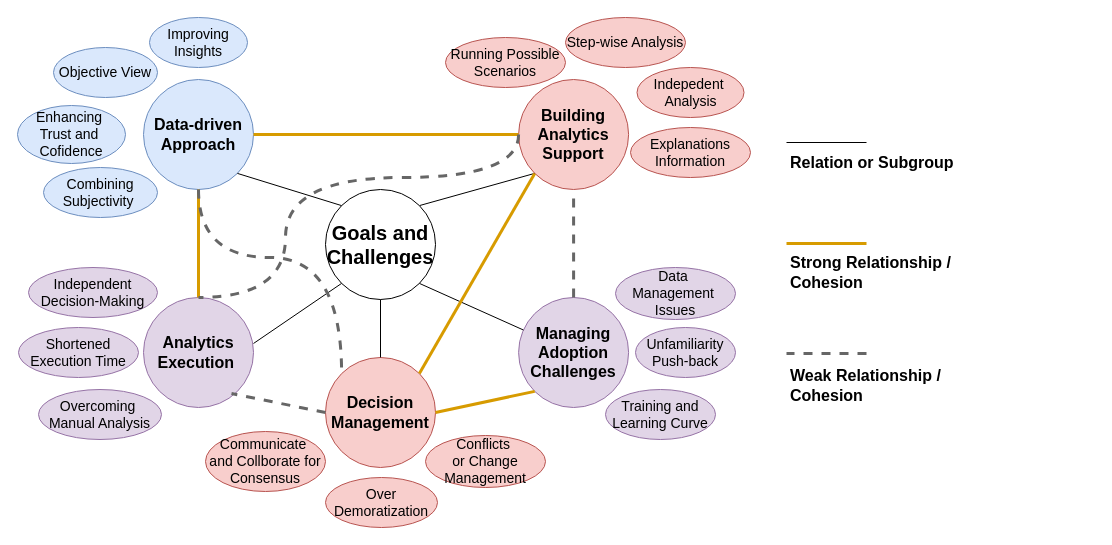
This is ext/biz-findings-coherence.drawio from raeeschaudhary/Coursera_Exams, a draw.io file, before an edit. Source tidied: cells renumbered, new cells numbered last; positions are measured from the earlier drawing's top-left corner, leaving out a move shared by most shapes. Both pictures are drawn from the tidied source at 100%, with x=0, y=0 at pixel (17, 17).
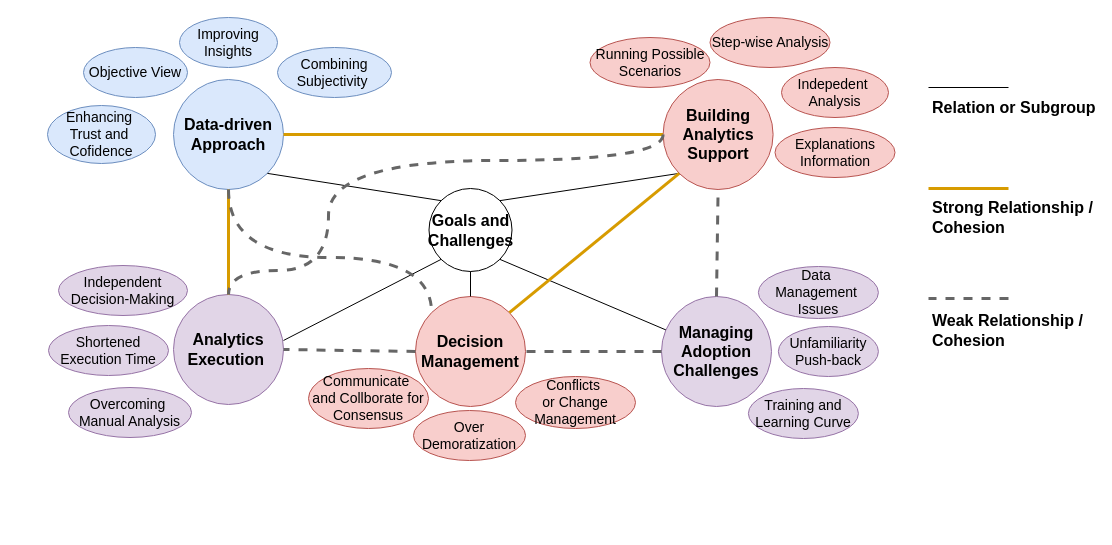
The same diagram, later.

Diff of the diagram source:
```diff
@@
     <mxCell id="2" value="Data-driven Approach" style="ellipse;whiteSpace=wrap;html=1;fontFamily=corbel;fontSize=16;fontStyle=1;fillColor=#dae8fc;strokeColor=#6c8ebf;" parent="1" vertex="1">
-      <mxGeometry x="126" y="62" width="110" height="110" as="geometry" />
+      <mxGeometry x="156" y="62" width="110" height="110" as="geometry" />
     </mxCell>
     <mxCell id="3" value="Building Analytics Support" style="ellipse;whiteSpace=wrap;html=1;fontFamily=corbel;fontSize=16;fontStyle=1;fillColor=#f8cecc;strokeColor=#b85450;" parent="1" vertex="1">
-      <mxGeometry x="501.1" y="62" width="110" height="110" as="geometry" />
+      <mxGeometry x="645.6" y="62" width="110" height="110" as="geometry" />
     </mxCell>
     <mxCell id="4" value="Managing Adoption&lt;div&gt;Challenges&lt;/div&gt;" style="ellipse;whiteSpace=wrap;html=1;fontFamily=corbel;fontSize=16;fontStyle=1;fillColor=#e1d5e7;strokeColor=#9673a6;" parent="1" vertex="1">
-      <mxGeometry x="501.1" y="280" width="110" height="110" as="geometry" />
+      <mxGeometry x="644" y="279" width="110" height="110" as="geometry" />
     </mxCell>
     <mxCell id="5" value="Analytics Execution&amp;nbsp;" style="ellipse;whiteSpace=wrap;html=1;fontFamily=corbel;fontSize=16;fontStyle=1;fillColor=#e1d5e7;strokeColor=#9673a6;" parent="1" vertex="1">
-      <mxGeometry x="126" y="280" width="110" height="110" as="geometry" />
+      <mxGeometry x="156" y="277" width="110" height="110" as="geometry" />
     </mxCell>
     <mxCell id="6" value="Decision Management" style="ellipse;whiteSpace=wrap;html=1;fontFamily=corbel;fontSize=16;fontStyle=1;fillColor=#f8cecc;strokeColor=#b85450;" parent="1" vertex="1">
-      <mxGeometry x="308" y="340" width="110" height="110" as="geometry" />
+      <mxGeometry x="398" y="279" width="110" height="110" as="geometry" />
     </mxCell>
@@
-    <mxCell id="8" value="Goals and Challenges" style="ellipse;whiteSpace=wrap;html=1;fontFamily=corbel;fontSize=20;fontStyle=1;" parent="1" vertex="1">
-      <mxGeometry x="308" y="172" width="110" height="110" as="geometry" />
+    <mxCell id="8" value="Goals and Challenges" style="ellipse;whiteSpace=wrap;html=1;fontFamily=corbel;fontSize=16;fontStyle=1;" parent="1" vertex="1">
+      <mxGeometry x="411.5" y="171" width="83" height="83" as="geometry" />
     </mxCell>
     <mxCell id="9" value="Combining Subjectivity&amp;nbsp;" style="ellipse;whiteSpace=wrap;html=1;fontFamily=corbel;fontSize=14;fillColor=#dae8fc;strokeColor=#6c8ebf;" parent="1" vertex="1">
-      <mxGeometry x="26" y="150" width="114" height="50" as="geometry" />
+      <mxGeometry x="260" y="30" width="114" height="50" as="geometry" />
     </mxCell>
     <mxCell id="10" value="Running Possible Scenarios" style="ellipse;whiteSpace=wrap;html=1;fontFamily=corbel;fontSize=14;fillColor=#f8cecc;strokeColor=#b85450;" parent="1" vertex="1">
-      <mxGeometry x="428" y="20" width="120" height="50" as="geometry" />
+      <mxGeometry x="572.5" y="20" width="120" height="50" as="geometry" />
     </mxCell>
     <mxCell id="11" value="Step-wise Analysis" style="ellipse;whiteSpace=wrap;html=1;fontFamily=corbel;fontSize=14;fillColor=#f8cecc;strokeColor=#b85450;" parent="1" vertex="1">
-      <mxGeometry x="548" width="120" height="50" as="geometry" />
+      <mxGeometry x="692.5" width="120" height="50" as="geometry" />
     </mxCell>
     <mxCell id="12" value="Indepedent&amp;nbsp;&lt;div&gt;Analysis&lt;/div&gt;" style="ellipse;whiteSpace=wrap;html=1;fontFamily=corbel;fontSize=14;fillColor=#f8cecc;strokeColor=#b85450;" parent="1" vertex="1">
-      <mxGeometry x="619.5" y="50" width="107" height="50" as="geometry" />
+      <mxGeometry x="764" y="50" width="107" height="50" as="geometry" />
     </mxCell>
     <mxCell id="13" value="Overcoming&amp;nbsp;&lt;div&gt;Manual Analysis&lt;/div&gt;" style="ellipse;whiteSpace=wrap;html=1;fontFamily=corbel;fontSize=14;fillColor=#e1d5e7;strokeColor=#9673a6;" parent="1" vertex="1">
-      <mxGeometry x="21" y="372" width="123" height="50" as="geometry" />
+      <mxGeometry x="51" y="370" width="123" height="50" as="geometry" />
     </mxCell>
@@
     <mxCell id="15" value="Objective View" style="ellipse;whiteSpace=wrap;html=1;fontFamily=corbel;fontSize=14;fillColor=#dae8fc;strokeColor=#6c8ebf;" parent="1" vertex="1">
-      <mxGeometry x="36" y="30" width="104" height="50" as="geometry" />
+      <mxGeometry x="66" y="30" width="104" height="50" as="geometry" />
     </mxCell>
     <mxCell id="16" value="Improving Insights" style="ellipse;whiteSpace=wrap;html=1;fontFamily=corbel;fontSize=14;fillColor=#dae8fc;strokeColor=#6c8ebf;" parent="1" vertex="1">
-      <mxGeometry x="132" width="98" height="50" as="geometry" />
+      <mxGeometry x="162" width="98" height="50" as="geometry" />
     </mxCell>
     <mxCell id="17" value="Enhancing&amp;nbsp;&lt;div&gt;Trust and&amp;nbsp;&lt;/div&gt;&lt;div&gt;Cofidence&lt;/div&gt;" style="ellipse;whiteSpace=wrap;html=1;fontFamily=corbel;fontSize=14;fillColor=#dae8fc;strokeColor=#6c8ebf;" parent="1" vertex="1">
-      <mxGeometry y="88" width="108" height="58" as="geometry" />
+      <mxGeometry x="30" y="88" width="108" height="58" as="geometry" />
     </mxCell>
@@
     <mxCell id="19" value="Independent Decision-Making" style="ellipse;whiteSpace=wrap;html=1;fontFamily=corbel;fontSize=14;fillColor=#e1d5e7;strokeColor=#9673a6;" parent="1" vertex="1">
-      <mxGeometry x="11" y="250" width="129" height="50" as="geometry" />
+      <mxGeometry x="41" y="248" width="129" height="50" as="geometry" />
     </mxCell>
     <mxCell id="20" value="Shortened Execution Time" style="ellipse;whiteSpace=wrap;html=1;fontFamily=corbel;fontSize=14;fillColor=#e1d5e7;strokeColor=#9673a6;" parent="1" vertex="1">
-      <mxGeometry x="1" y="310" width="120" height="50" as="geometry" />
+      <mxGeometry x="31" y="308" width="120" height="50" as="geometry" />
     </mxCell>
     <mxCell id="21" value="&lt;div&gt;Explanations&lt;/div&gt;&lt;div&gt;Information&lt;/div&gt;" style="ellipse;whiteSpace=wrap;html=1;fontFamily=corbel;fontSize=14;fillColor=#f8cecc;strokeColor=#b85450;" parent="1" vertex="1">
-      <mxGeometry x="613" y="110" width="120" height="50" as="geometry" />
+      <mxGeometry x="757.5" y="110" width="120" height="50" as="geometry" />
     </mxCell>
@@
     <mxCell id="23" value="Data&amp;nbsp;&lt;div&gt;Management&amp;nbsp;&lt;/div&gt;&lt;div&gt;Issues&lt;/div&gt;" style="ellipse;whiteSpace=wrap;html=1;fontFamily=corbel;fontSize=14;fillColor=#e1d5e7;strokeColor=#9673a6;" parent="1" vertex="1">
-      <mxGeometry x="598" y="250" width="120" height="52" as="geometry" />
+      <mxGeometry x="740.9" y="249" width="120" height="52" as="geometry" />
     </mxCell>
     <mxCell id="24" value="Communicate&amp;nbsp;&lt;div&gt;and Collborate for Consensus&lt;/div&gt;" style="ellipse;whiteSpace=wrap;html=1;fontFamily=corbel;fontSize=14;fillColor=#f8cecc;strokeColor=#b85450;" parent="1" vertex="1">
-      <mxGeometry x="188" y="414" width="120" height="60" as="geometry" />
+      <mxGeometry x="291" y="351" width="120" height="60" as="geometry" />
     </mxCell>
     <mxCell id="25" value="Conflicts&amp;nbsp;&lt;div&gt;or&amp;nbsp;&lt;span style=&quot;background-color: transparent; color: light-dark(rgb(0, 0, 0), rgb(255, 255, 255));&quot;&gt;Change Management&lt;/span&gt;&lt;/div&gt;" style="ellipse;whiteSpace=wrap;html=1;fontFamily=corbel;fontSize=14;fillColor=#f8cecc;strokeColor=#b85450;" parent="1" vertex="1">
-      <mxGeometry x="408" y="418" width="120" height="52" as="geometry" />
+      <mxGeometry x="498" y="359" width="120" height="52" as="geometry" />
     </mxCell>
     <mxCell id="26" value="Over&lt;div&gt;Demoratization&lt;/div&gt;" style="ellipse;whiteSpace=wrap;html=1;fontFamily=corbel;fontSize=14;fillColor=#f8cecc;strokeColor=#b85450;" parent="1" vertex="1">
-      <mxGeometry x="308" y="460" width="112" height="50" as="geometry" />
+      <mxGeometry x="396" y="393" width="112" height="50" as="geometry" />
     </mxCell>
     <mxCell id="27" value="Training and Learning Curve" style="ellipse;whiteSpace=wrap;html=1;fontFamily=corbel;fontSize=14;fillColor=#e1d5e7;strokeColor=#9673a6;" parent="1" vertex="1">
-      <mxGeometry x="588" y="372" width="110" height="50" as="geometry" />
+      <mxGeometry x="730.9" y="371" width="110" height="50" as="geometry" />
     </mxCell>
     <mxCell id="28" value="Unfamiliarity Push-back" style="ellipse;whiteSpace=wrap;html=1;fontFamily=corbel;fontSize=14;fillColor=#e1d5e7;strokeColor=#9673a6;" parent="1" vertex="1">
-      <mxGeometry x="618" y="310" width="100" height="50" as="geometry" />
+      <mxGeometry x="760.9" y="309" width="100" height="50" as="geometry" />
     </mxCell>
@@
     <mxCell id="30" style="rounded=0;orthogonalLoop=1;jettySize=auto;html=1;endArrow=none;endFill=0;fontFamily=corbel;fontSize=14;" parent="1" edge="1">
       <mxGeometry relative="1" as="geometry">
-        <mxPoint x="849" y="125" as="sourcePoint" />
-        <mxPoint x="769" y="125" as="targetPoint" />
+        <mxPoint x="991" y="70" as="sourcePoint" />
+        <mxPoint x="911" y="70" as="targetPoint" />
       </mxGeometry>
     </mxCell>
     <mxCell id="31" style="rounded=0;orthogonalLoop=1;jettySize=auto;html=1;endArrow=none;endFill=0;fontFamily=corbel;fontSize=14;strokeWidth=3;strokeColor=#d79b00;fillColor=#ffe6cc;" parent="1" edge="1">
       <mxGeometry relative="1" as="geometry">
-        <mxPoint x="769" y="226" as="sourcePoint" />
-        <mxPoint x="849" y="226" as="targetPoint" />
+        <mxPoint x="911" y="171" as="sourcePoint" />
+        <mxPoint x="991" y="171" as="targetPoint" />
         <Array as="points">
-          <mxPoint x="809" y="226" />
+          <mxPoint x="951" y="171" />
         </Array>
       </mxGeometry>
     </mxCell>
     <mxCell id="32" style="rounded=0;orthogonalLoop=1;jettySize=auto;html=1;endArrow=none;endFill=0;fontFamily=corbel;fontSize=14;strokeWidth=3;strokeColor=#666666;dashed=1;" parent="1" edge="1">
       <mxGeometry relative="1" as="geometry">
-        <mxPoint x="849" y="336" as="sourcePoint" />
-        <mxPoint x="769" y="336" as="targetPoint" />
+        <mxPoint x="991" y="281" as="sourcePoint" />
+        <mxPoint x="911" y="281" as="targetPoint" />
       </mxGeometry>
     </mxCell>
@@
-    <mxCell id="35" style="rounded=0;jettySize=auto;html=1;endArrow=none;endFill=0;fontFamily=corbel;fontSize=14;strokeWidth=3;strokeColor=#666666;dashed=1;entryX=0.8;entryY=0.873;entryDx=0;entryDy=0;entryPerimeter=0;exitX=0;exitY=0.5;exitDx=0;exitDy=0;" parent="1" edge="1" source="6" target="5">
+    <mxCell id="35" style="rounded=0;jettySize=auto;html=1;endArrow=none;endFill=0;fontFamily=corbel;fontSize=14;strokeWidth=3;strokeColor=#666666;dashed=1;entryX=1;entryY=0.5;entryDx=0;entryDy=0;exitX=0;exitY=0.5;exitDx=0;exitDy=0;" parent="1" edge="1" source="6" target="5">
       <mxGeometry relative="1" as="geometry" />
     </mxCell>
@@
-    <mxCell id="37" style="rounded=0;jettySize=auto;html=1;endArrow=none;endFill=0;fontFamily=corbel;fontSize=14;strokeWidth=3;strokeColor=#d79b00;exitX=0;exitY=1;exitDx=0;exitDy=0;entryX=1;entryY=0.5;entryDx=0;entryDy=0;fillColor=#ffe6cc;" parent="1" edge="1" source="4" target="6">
-      <mxGeometry relative="1" as="geometry" />
-    </mxCell>
     <mxCell id="38" style="rounded=0;jettySize=auto;html=1;endArrow=none;endFill=0;fontFamily=corbel;fontSize=14;strokeWidth=3;strokeColor=#666666;dashed=1;entryX=0.5;entryY=0;entryDx=0;entryDy=0;exitX=0;exitY=0.5;exitDx=0;exitDy=0;edgeStyle=orthogonalEdgeStyle;curved=1;" parent="1" edge="1" source="3" target="5">
       <mxGeometry relative="1" as="geometry">
         <Array as="points">
-          <mxPoint x="501" y="160" />
-          <mxPoint x="268" y="160" />
-          <mxPoint x="268" y="280" />
+          <mxPoint x="646" y="143" />
+          <mxPoint x="311" y="143" />
+          <mxPoint x="311" y="253" />
+          <mxPoint x="211" y="253" />
         </Array>
       </mxGeometry>
     </mxCell>
@@
     <mxCell id="40" style="rounded=0;jettySize=auto;html=1;endArrow=none;endFill=0;fontFamily=corbel;fontSize=14;strokeWidth=3;strokeColor=#666666;dashed=1;entryX=0;entryY=0;entryDx=0;entryDy=0;exitX=0.5;exitY=1;exitDx=0;exitDy=0;edgeStyle=orthogonalEdgeStyle;curved=1;" parent="1" edge="1" source="2" target="6">
       <mxGeometry relative="1" as="geometry">
         <Array as="points">
-          <mxPoint x="181" y="240" />
-          <mxPoint x="324" y="240" />
+          <mxPoint x="211" y="240" />
+          <mxPoint x="414" y="240" />
         </Array>
       </mxGeometry>
     </mxCell>
     <mxCell id="41" value="Relation or Subgroup" style="text;html=1;align=left;verticalAlign=middle;strokeColor=none;fillColor=none;fontSize=16;fontFamily=corbel;fontStyle=1;" parent="1" vertex="1">
-      <mxGeometry x="771" y="130" width="160" height="30" as="geometry" />
+      <mxGeometry x="913" y="75" width="160" height="30" as="geometry" />
     </mxCell>
     <mxCell id="42" value="Strong Relationship /&lt;div&gt;Cohesion&lt;/div&gt;" style="text;html=1;align=left;verticalAlign=middle;strokeColor=none;fillColor=none;fontSize=16;fontFamily=corbel;fontStyle=1;" parent="1" vertex="1">
-      <mxGeometry x="771" y="230" width="160" height="50" as="geometry" />
+      <mxGeometry x="913" y="175" width="160" height="50" as="geometry" />
     </mxCell>
     <mxCell id="43" value="Weak Relationship /&lt;div&gt;Cohesion&lt;/div&gt;" style="text;html=1;align=left;verticalAlign=middle;strokeColor=none;fillColor=none;fontSize=16;fontFamily=corbel;fontStyle=1;" parent="1" vertex="1">
-      <mxGeometry x="771" y="343" width="150" height="50" as="geometry" />
+      <mxGeometry x="913" y="288" width="150" height="50" as="geometry" />
     </mxCell>
+    <mxCell id="37" style="rounded=0;jettySize=auto;html=1;endArrow=none;endFill=0;fontFamily=corbel;fontSize=14;strokeWidth=3;strokeColor=#666666;dashed=1;entryX=1;entryY=0.5;entryDx=0;entryDy=0;exitX=0;exitY=0.5;exitDx=0;exitDy=0;" parent="1" edge="1" source="4" target="6">
+      <mxGeometry relative="1" as="geometry" />
+    </mxCell>
```
